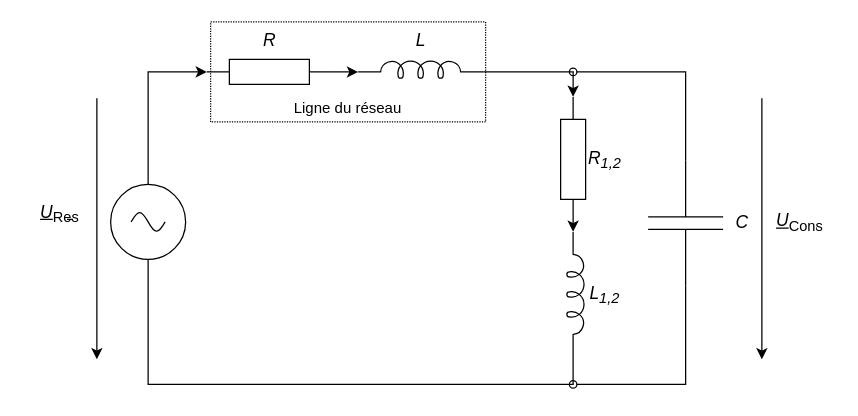
This is PowerFactorCompensation.drawio from yond4im/mdnotebook, a draw.io file, before an edit. Source tidied: cells renumbered, new cells numbered last; positions are measured from the earlier drawing's top-left corner, leaving out a move shared by most shapes. Both pictures are drawn from the tidied source at 125%, with x=0, y=0 at pixel (21, 21).
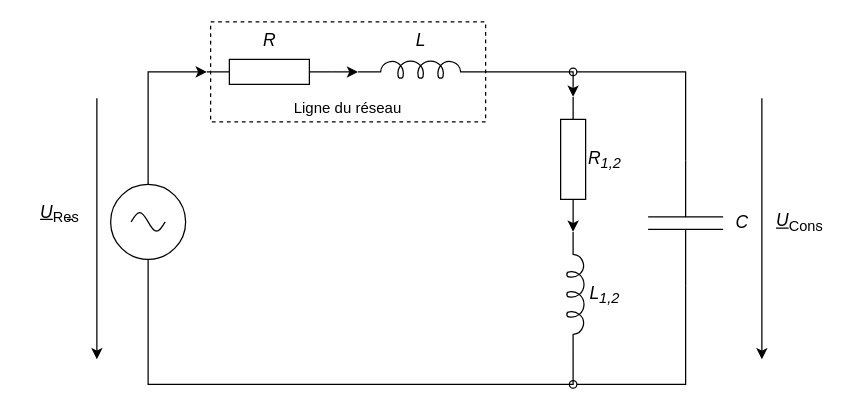
After the change.

Change to the diagram source:
```diff
@@
-    <mxCell id="24" value="&lt;div&gt;&lt;br&gt;&lt;/div&gt;&lt;div&gt;&lt;br&gt;&lt;/div&gt;&lt;div&gt;&lt;br&gt;&lt;/div&gt;&lt;div&gt;&lt;br&gt;&lt;/div&gt;&lt;div&gt;Ligne du réseau&lt;/div&gt;" style="rounded=0;whiteSpace=wrap;html=1;dashed=1;fillColor=none;dashPattern=1 1;" parent="1" vertex="1">
+    <mxCell id="24" value="&lt;div&gt;&lt;br&gt;&lt;/div&gt;&lt;div&gt;&lt;br&gt;&lt;/div&gt;&lt;div&gt;&lt;br&gt;&lt;/div&gt;&lt;div&gt;&lt;br&gt;&lt;/div&gt;&lt;div&gt;Ligne du réseau&lt;/div&gt;" style="rounded=0;whiteSpace=wrap;html=1;dashed=1;fillColor=none;" parent="1" vertex="1">
       <mxGeometry x="151" width="220" height="80" as="geometry" />
     </mxCell>
```
